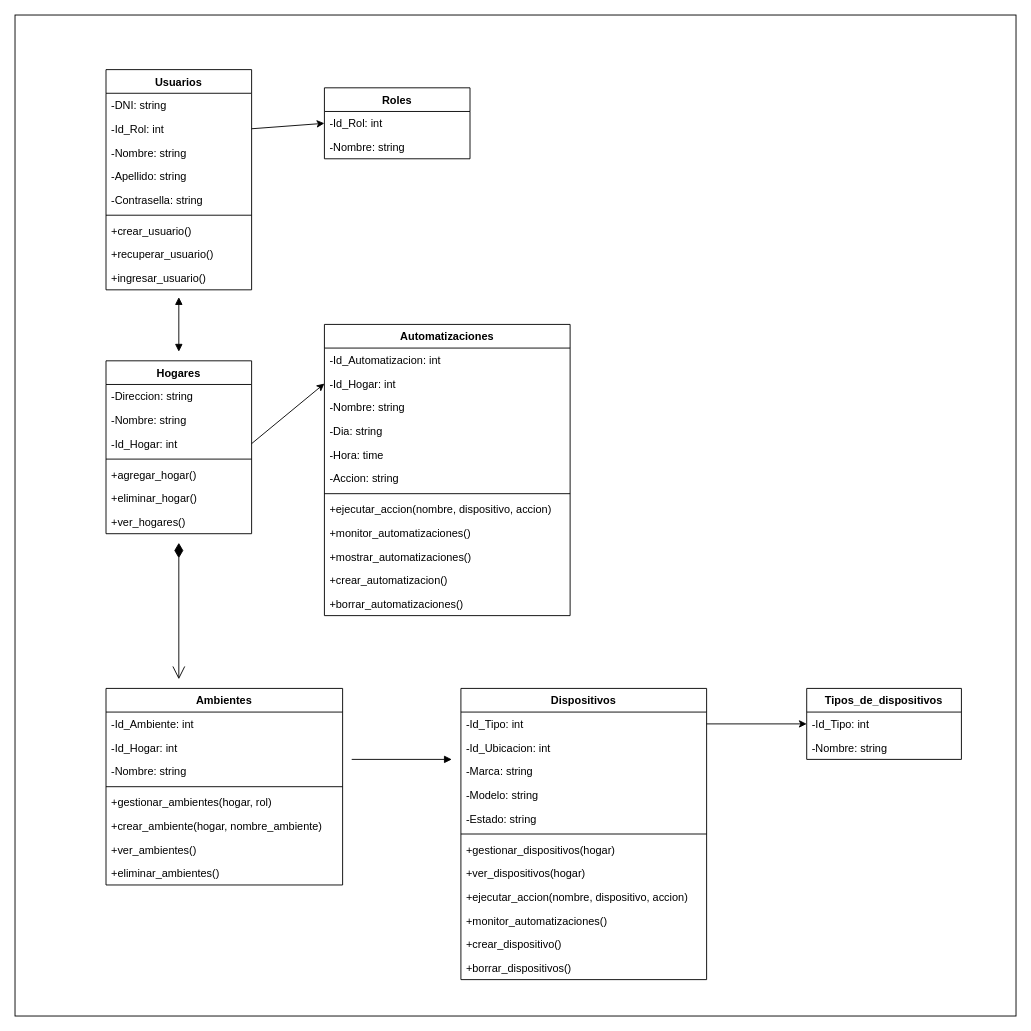
Earlier version of the draw.io diagram DC-Evidencia-5/diagrama-clases.drawio (Domoga-app/Domoga). Source tidied: cells renumbered, new cells numbered last; positions are measured from the earlier drawing's top-left corner, leaving out a move shared by most shapes. Both pictures are drawn from the tidied source at 91%, with x=0, y=0 at pixel (15, 15).
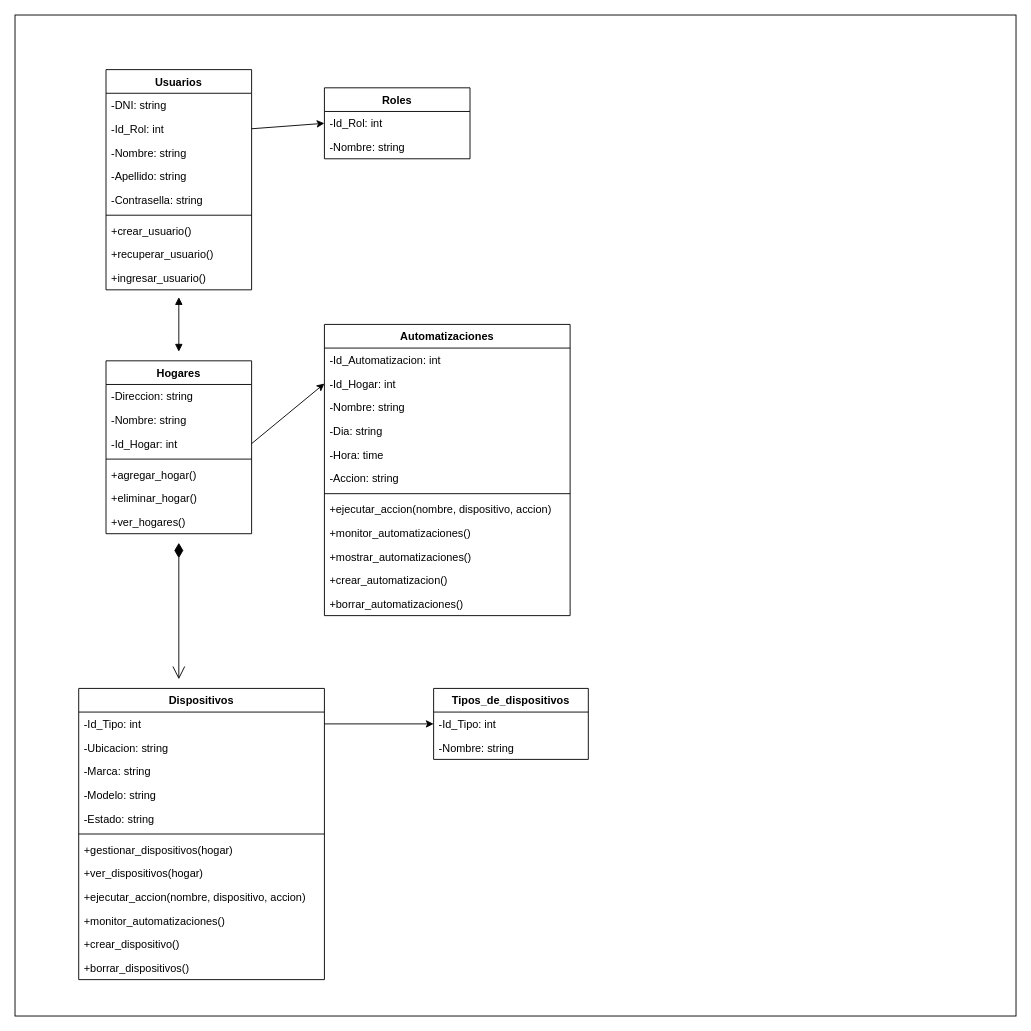
After the change.

Commit message (it also covers changes not shown here):
Refactor: se elimino la clase ambiente para simplificar código

Change to the diagram source:
```diff
@@
-    <mxCell id="24" value="Ambientes" style="swimlane;fontStyle=1;horizontal=1;startSize=26;" parent="1" vertex="1">
-      <mxGeometry x="100" y="740" width="260" height="216" as="geometry" />
-    </mxCell>
-    <mxCell id="25" value="-Id_Ambiente: int" style="text;strokeColor=none;fillColor=none;align=left;verticalAlign=top;spacingLeft=4;spacingRight=4;overflow=hidden;" parent="24" vertex="1">
-      <mxGeometry y="26" width="260" height="26" as="geometry" />
-    </mxCell>
-    <mxCell id="26" value="-Id_Hogar: int" style="text;strokeColor=none;fillColor=none;align=left;verticalAlign=top;spacingLeft=4;spacingRight=4;overflow=hidden;" parent="24" vertex="1">
-      <mxGeometry y="52" width="260" height="26" as="geometry" />
-    </mxCell>
-    <mxCell id="27" value="-Nombre: string" style="text;strokeColor=none;fillColor=none;align=left;verticalAlign=top;spacingLeft=4;spacingRight=4;overflow=hidden;" parent="24" vertex="1">
-      <mxGeometry y="78" width="260" height="26" as="geometry" />
-    </mxCell>
-    <mxCell id="28" style="line;strokeWidth=1;fillColor=none;align=left;verticalAlign=middle;spacingTop=-1;spacingLeft=3;spacingRight=3;labelPosition=right;" parent="24" vertex="1">
-      <mxGeometry y="104" width="260" height="8" as="geometry" />
-    </mxCell>
-    <mxCell id="29" value="+gestionar_ambientes(hogar, rol)" style="text;strokeColor=none;fillColor=none;align=left;verticalAlign=top;spacingLeft=4;spacingRight=4;overflow=hidden;" parent="24" vertex="1">
-      <mxGeometry y="112" width="260" height="26" as="geometry" />
-    </mxCell>
-    <mxCell id="30" value="+crear_ambiente(hogar, nombre_ambiente)" style="text;strokeColor=none;fillColor=none;align=left;verticalAlign=top;spacingLeft=4;spacingRight=4;overflow=hidden;" parent="24" vertex="1">
-      <mxGeometry y="138" width="260" height="26" as="geometry" />
-    </mxCell>
-    <mxCell id="31" value="+ver_ambientes()" style="text;strokeColor=none;fillColor=none;align=left;verticalAlign=top;spacingLeft=4;spacingRight=4;overflow=hidden;" parent="24" vertex="1">
-      <mxGeometry y="164" width="260" height="26" as="geometry" />
-    </mxCell>
-    <mxCell id="32" value="+eliminar_ambientes()" style="text;strokeColor=none;fillColor=none;align=left;verticalAlign=top;spacingLeft=4;spacingRight=4;overflow=hidden;" parent="24" vertex="1">
-      <mxGeometry y="190" width="260" height="26" as="geometry" />
-    </mxCell>
@@
     <mxCell id="46" value="Dispositivos" style="swimlane;fontStyle=1;horizontal=1;startSize=26;" parent="1" vertex="1">
-      <mxGeometry x="490" y="740" width="270" height="320" as="geometry" />
+      <mxGeometry x="70" y="740" width="270" height="320" as="geometry" />
     </mxCell>
@@
-    <mxCell id="48" value="-Id_Ubicacion: int" style="text;strokeColor=none;fillColor=none;align=left;verticalAlign=top;spacingLeft=4;spacingRight=4;overflow=hidden;" parent="46" vertex="1">
+    <mxCell id="48" value="-Ubicacion: string" style="text;strokeColor=none;fillColor=none;align=left;verticalAlign=top;spacingLeft=4;spacingRight=4;overflow=hidden;" parent="46" vertex="1">
       <mxGeometry y="52" width="270" height="26" as="geometry" />
     </mxCell>
@@
     <mxCell id="59" value="Tipos_de_dispositivos" style="swimlane;fontStyle=1;horizontal=1;startSize=26;" parent="1" vertex="1">
-      <mxGeometry x="870" y="740" width="170" height="78" as="geometry" />
+      <mxGeometry x="460" y="740" width="170" height="78" as="geometry" />
     </mxCell>
@@
-    <mxCell id="66" style="endArrow=block;endFill=1;html=1;edgeStyle=orthogonalEdgeStyle;align=left;verticalAlign=top;" parent="1" edge="1">
-      <mxGeometry x="-1" relative="1" as="geometry">
-        <mxPoint x="370" y="818" as="sourcePoint" />
-        <mxPoint x="480" y="818" as="targetPoint" />
-      </mxGeometry>
-    </mxCell>
```
